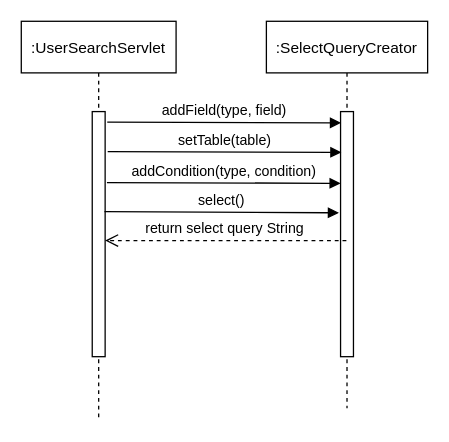
Earlier version of the draw.io diagram diagrams/UtilityQuerySelectBeanSequence.drawio (empty-works/plain-emrs-no-fw). Source tidied: cells renumbered, new cells numbered last; positions are measured from the earlier drawing's top-left corner, leaving out a move shared by most shapes. Both pictures are drawn from the tidied source at 129%, with x=0, y=0 at pixel (21, 21).
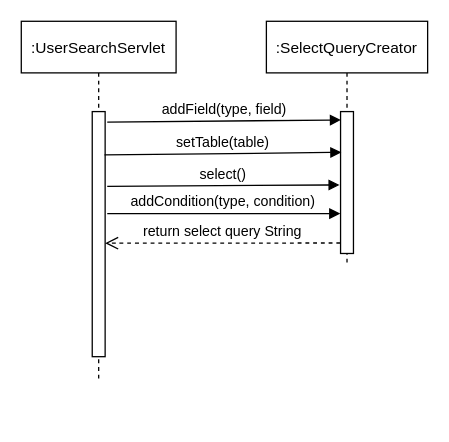
The same page after the edit.

Commit message:
UtilityQuerySelectBeanSequence updated to show how a select query string is created.

Change to the diagram source:
```diff
@@
 <mxGraphModel>
   <root>
     <mxCell id="0" />
     <mxCell id="1" parent="0" />
     <mxCell id="2" value=":UserSearchServlet" style="shape=umlLifeline;perimeter=lifelinePerimeter;rounded=0;shadow=0;strokeWidth=1;" parent="1" vertex="1">
-      <mxGeometry width="120" height="310" as="geometry" />
+      <mxGeometry width="120" height="280" as="geometry" />
     </mxCell>
     <mxCell id="3" style="points=[];perimeter=orthogonalPerimeter;rounded=0;shadow=0;strokeWidth=1;" parent="2" vertex="1">
       <mxGeometry x="55" y="70" width="10" height="190" as="geometry" />
     </mxCell>
     <mxCell id="4" value=":SelectQueryCreator" style="shape=umlLifeline;perimeter=lifelinePerimeter;rounded=0;shadow=0;strokeWidth=1;" parent="1" vertex="1">
-      <mxGeometry x="190" width="125" height="300" as="geometry" />
+      <mxGeometry x="190" width="125" height="190" as="geometry" />
     </mxCell>
     <mxCell id="5" style="points=[];perimeter=orthogonalPerimeter;rounded=0;shadow=0;strokeWidth=1;" parent="4" vertex="1">
-      <mxGeometry x="57.5" y="70" width="10" height="190" as="geometry" />
+      <mxGeometry x="57.5" y="70" width="10" height="110" as="geometry" />
     </mxCell>
-    <mxCell id="6" value="addCondition(type, condition)" style="verticalAlign=bottom;endArrow=block;shadow=0;strokeWidth=1;exitX=1.164;exitY=0.043;exitDx=0;exitDy=0;exitPerimeter=0;entryX=0.028;entryY=0.046;entryDx=0;entryDy=0;entryPerimeter=0;" parent="4" edge="1">
-      <mxGeometry relative="1" as="geometry">
-        <mxPoint x="-123.6" y="125" as="sourcePoint" />
-        <mxPoint x="57.5" y="125.6" as="targetPoint" />
-      </mxGeometry>
-    </mxCell>
-    <mxCell id="7" value="return select query String" style="verticalAlign=bottom;endArrow=open;dashed=1;endSize=8;shadow=0;strokeWidth=1;" parent="1" edge="1" source="4" target="3">
+    <mxCell id="7" value="return select query String" style="verticalAlign=bottom;endArrow=open;dashed=1;endSize=8;shadow=0;strokeWidth=1;exitX=-0.025;exitY=0.926;exitDx=0;exitDy=0;exitPerimeter=0;" parent="1" edge="1" source="5" target="3">
       <mxGeometry relative="1" as="geometry">
         <Array as="points">
-          <mxPoint x="70" y="170" />
+          <mxPoint x="80" y="172" />
         </Array>
       </mxGeometry>
     </mxCell>
-    <mxCell id="8" value="select()" style="verticalAlign=bottom;endArrow=block;shadow=0;strokeWidth=1;exitX=0.952;exitY=0.408;exitDx=0;exitDy=0;exitPerimeter=0;entryX=-0.131;entryY=0.413;entryDx=0;entryDy=0;entryPerimeter=0;" parent="1" edge="1" source="3" target="5">
+    <mxCell id="8" value="select()" style="verticalAlign=bottom;endArrow=block;shadow=0;strokeWidth=1;entryX=-0.078;entryY=0.517;entryDx=0;entryDy=0;entryPerimeter=0;exitX=1.164;exitY=0.305;exitDx=0;exitDy=0;exitPerimeter=0;" parent="1" edge="1" source="3" target="5">
       <mxGeometry relative="1" as="geometry" />
     </mxCell>
-    <mxCell id="9" value="addField(type, field)" style="verticalAlign=bottom;endArrow=block;shadow=0;strokeWidth=1;exitX=1.164;exitY=0.043;exitDx=0;exitDy=0;exitPerimeter=0;entryX=0.028;entryY=0.046;entryDx=0;entryDy=0;entryPerimeter=0;" parent="1" edge="1" source="3" target="5">
+    <mxCell id="9" value="addField(type, field)" style="verticalAlign=bottom;endArrow=block;shadow=0;strokeWidth=1;exitX=1.164;exitY=0.043;exitDx=0;exitDy=0;exitPerimeter=0;entryX=0.028;entryY=0.059;entryDx=0;entryDy=0;entryPerimeter=0;" parent="1" edge="1" source="3" target="5">
       <mxGeometry relative="1" as="geometry" />
     </mxCell>
-    <mxCell id="10" value="setTable(table)" style="verticalAlign=bottom;endArrow=block;shadow=0;strokeWidth=1;exitX=1.164;exitY=0.043;exitDx=0;exitDy=0;exitPerimeter=0;entryX=0.028;entryY=0.046;entryDx=0;entryDy=0;entryPerimeter=0;" parent="1" edge="1">
+    <mxCell id="10" value="setTable(table)" style="verticalAlign=bottom;endArrow=block;shadow=0;strokeWidth=1;exitX=0.952;exitY=0.177;exitDx=0;exitDy=0;exitPerimeter=0;entryX=0.028;entryY=0.046;entryDx=0;entryDy=0;entryPerimeter=0;" parent="1" edge="1" source="3">
       <mxGeometry relative="1" as="geometry">
-        <mxPoint x="67" y="101" as="sourcePoint" />
         <mxPoint x="248.1" y="101.6" as="targetPoint" />
       </mxGeometry>
     </mxCell>
+    <mxCell id="6" value="addCondition(type, condition)" style="verticalAlign=bottom;endArrow=block;shadow=0;strokeWidth=1;entryX=-0.025;entryY=0.719;entryDx=0;entryDy=0;entryPerimeter=0;exitX=1.164;exitY=0.416;exitDx=0;exitDy=0;exitPerimeter=0;" parent="1" edge="1" source="3" target="5">
+      <mxGeometry relative="1" as="geometry" />
+    </mxCell>
   </root>
 </mxGraphModel>
```
